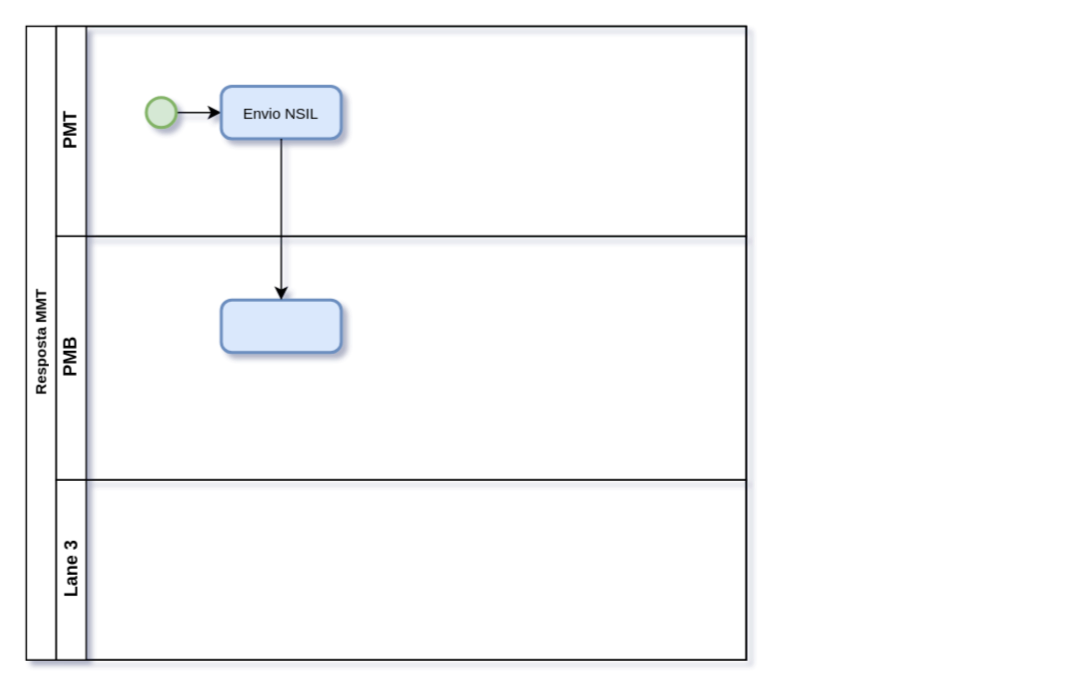
Willian-BC/Draw keeps this draw.io diagram as Untitled Diagram.drawio. Above is the earlier version. Source tidied: cells renumbered, new cells numbered last; positions are measured from the earlier drawing's top-left corner, leaving out a move shared by most shapes. Both pictures are drawn from the tidied source at 150%, with x=0, y=0 at pixel (26, 26).
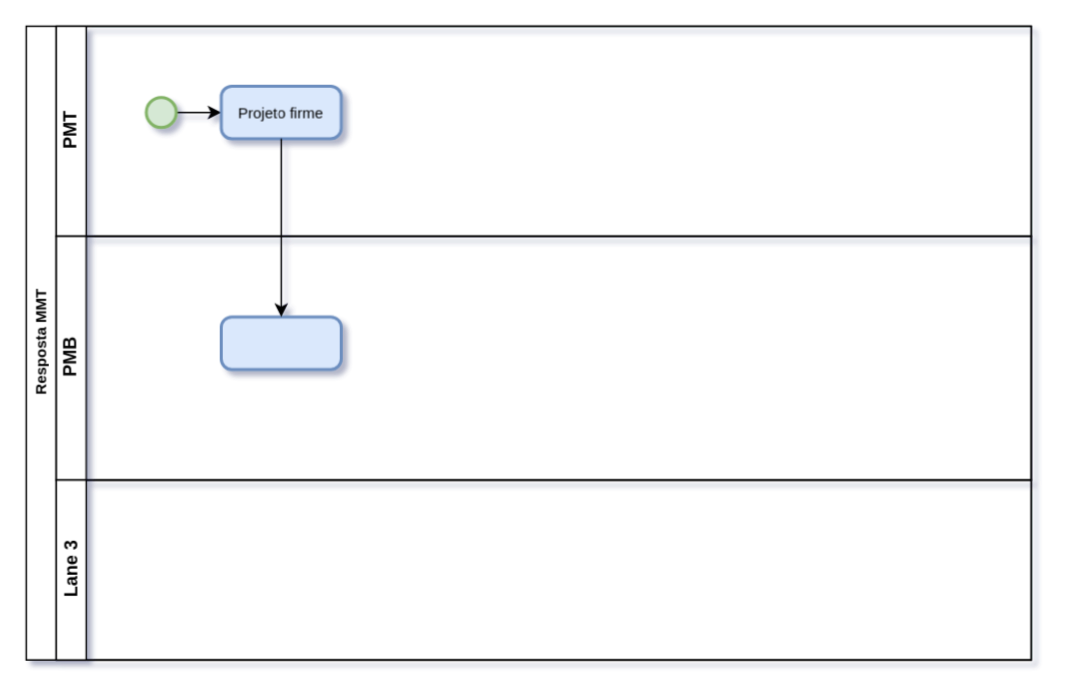
After the change.

The edit, as a diff of the source:
```diff
@@
 <mxGraphModel shadow="1">
   <root>
     <mxCell id="0" />
     <mxCell id="1" parent="0" />
     <mxCell id="2" value="Resposta MMT" style="swimlane;horizontal=0;startSize=20;html=1;rounded=0;fontSize=10;" parent="1" vertex="1">
-      <mxGeometry width="480" height="422.5" as="geometry" />
+      <mxGeometry width="670" height="422.5" as="geometry" />
     </mxCell>
     <mxCell id="3" value="PMT" style="swimlane;startSize=20;horizontal=0;html=1;rounded=0;" parent="2" vertex="1">
-      <mxGeometry x="20" width="460" height="140" as="geometry" />
+      <mxGeometry x="20" width="650" height="140" as="geometry" />
     </mxCell>
     <mxCell id="4" style="edgeStyle=orthogonalEdgeStyle;rounded=0;jettySize=auto;html=1;exitX=1;exitY=0.5;exitDx=0;exitDy=0;exitPerimeter=0;entryX=0;entryY=0.5;entryDx=0;entryDy=0;" parent="3" edge="1" source="5" target="6">
       <mxGeometry relative="1" as="geometry" />
     </mxCell>
     <mxCell id="5" style="strokeWidth=2;html=1;shape=mxgraph.flowchart.start_2;whiteSpace=wrap;fillColor=#d5e8d4;strokeColor=#82b366;" parent="3" vertex="1">
       <mxGeometry x="60" y="47.5" width="20" height="20" as="geometry" />
     </mxCell>
-    <mxCell id="6" value="&lt;span style=&quot;font-size: 10px;&quot;&gt;Envio NSIL&lt;br&gt;&lt;/span&gt;" style="rounded=1;whiteSpace=wrap;html=1;absoluteArcSize=1;arcSize=14;strokeWidth=2;fillColor=#dae8fc;strokeColor=#6c8ebf;" parent="3" vertex="1">
+    <mxCell id="6" value="&lt;span style=&quot;font-size: 10px;&quot;&gt;Projeto firme&lt;br&gt;&lt;/span&gt;" style="rounded=1;whiteSpace=wrap;html=1;absoluteArcSize=1;arcSize=14;strokeWidth=2;fillColor=#dae8fc;strokeColor=#6c8ebf;" parent="3" vertex="1">
       <mxGeometry x="110" y="40" width="80" height="35" as="geometry" />
     </mxCell>
     <mxCell id="7" value="PMB" style="swimlane;startSize=20;horizontal=0;html=1;rounded=0;" parent="2" vertex="1">
-      <mxGeometry x="20" y="140" width="460" height="162.5" as="geometry" />
+      <mxGeometry x="20" y="140" width="650" height="162.5" as="geometry" />
     </mxCell>
     <mxCell id="8" style="rounded=1;whiteSpace=wrap;html=1;absoluteArcSize=1;arcSize=14;strokeWidth=2;fillColor=#dae8fc;strokeColor=#6c8ebf;" parent="7" vertex="1">
-      <mxGeometry x="110" y="42.5" width="80" height="35" as="geometry" />
+      <mxGeometry x="110" y="53.8" width="80" height="35" as="geometry" />
     </mxCell>
     <mxCell id="9" value="Lane 3" style="swimlane;startSize=20;horizontal=0;html=1;rounded=0;" parent="2" vertex="1">
-      <mxGeometry x="20" y="302.5" width="460" height="120" as="geometry" />
+      <mxGeometry x="20" y="302.5" width="650" height="120" as="geometry" />
     </mxCell>
     <mxCell id="10" style="edgeStyle=orthogonalEdgeStyle;rounded=0;jettySize=auto;html=1;fontSize=10;" parent="2" edge="1" source="6" target="8">
       <mxGeometry relative="1" as="geometry" />
     </mxCell>
   </root>
 </mxGraphModel>
```
